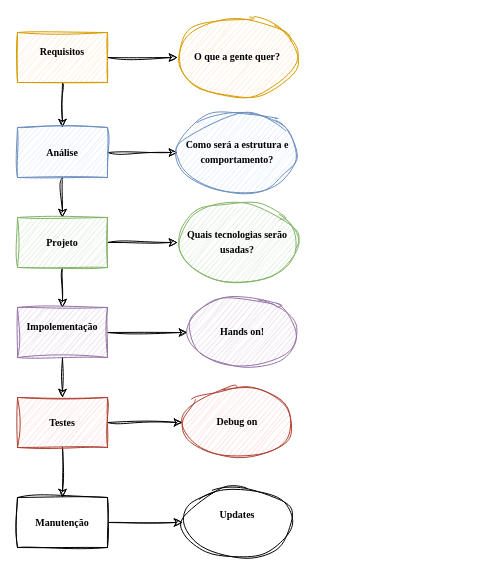
Before: project-esp32nativesense.drawio in r0bertgabriel/ESP32NativeSense, a draw.io diagram. Source tidied: cells renumbered, new cells numbered last; positions are measured from the earlier drawing's top-left corner, leaving out a move shared by most shapes. Both pictures are drawn from the tidied source at 100%, with x=0, y=0 at pixel (17, 17).
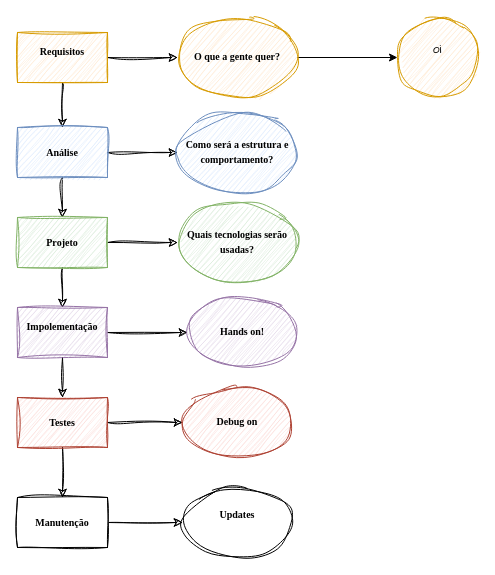
After the change.

The change refers to these unchanged cells:
```xml
<mxCell id="19" value="&lt;span style=&quot;font-family: Garamond; font-size: 10px; font-weight: 700;&quot;&gt;O que a gente quer?&lt;/span&gt;" style="ellipse;whiteSpace=wrap;html=1;sketch=1;hachureGap=4;jiggle=2;curveFitting=1;fontFamily=Architects Daughter;shadow=0;fillColor=#ffe6cc;strokeColor=#d79b00;" parent="1" vertex="1">
  <mxGeometry x="160" width="120" height="80" as="geometry" />
</mxCell>
```

Change to the diagram source:
```diff
@@
+    <mxCell id="26" style="edgeStyle=orthogonalEdgeStyle;rounded=0;jettySize=auto;html=1;" parent="1" edge="1" source="19" target="27">
+      <mxGeometry relative="1" as="geometry" />
+    </mxCell>
@@
+    <mxCell id="27" value="oi&lt;div&gt;&lt;br&gt;&lt;/div&gt;" style="ellipse;whiteSpace=wrap;html=1;fontFamily=Architects Daughter;fillColor=#ffe6cc;strokeColor=#d79b00;sketch=1;hachureGap=4;jiggle=2;curveFitting=1;shadow=0;" parent="1" vertex="1">
+      <mxGeometry x="380" width="80" height="80" as="geometry" />
+    </mxCell>
```
